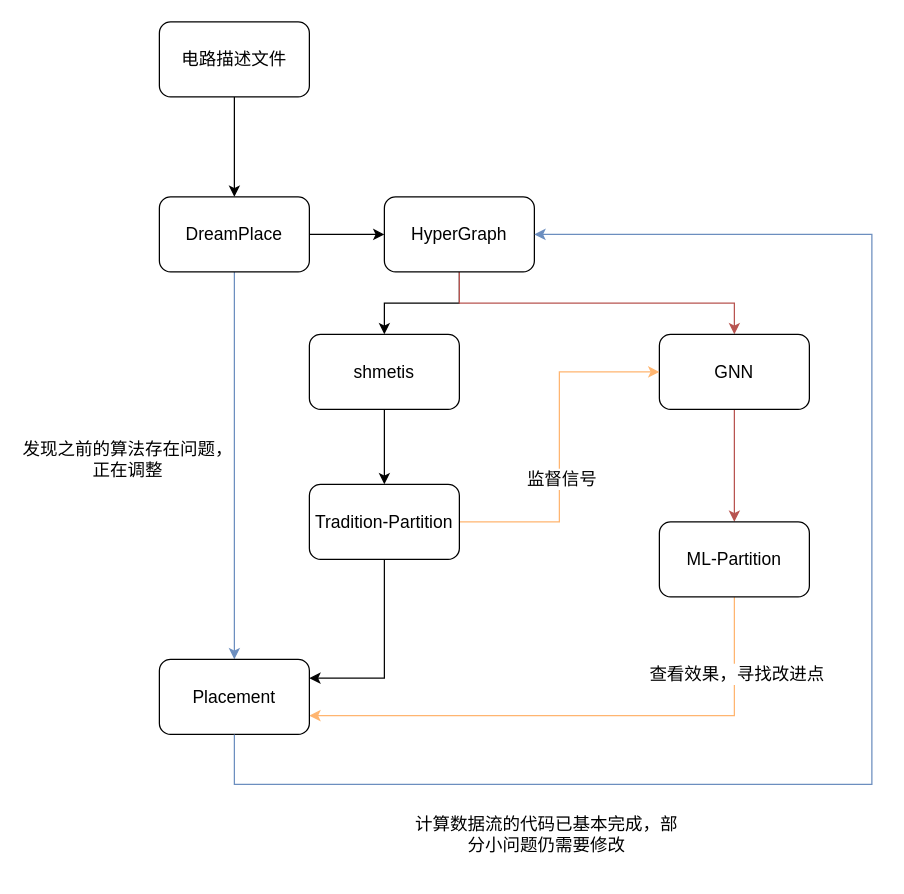
This is doc/PartitionFlow.drawio from wangzhen0518/partition, a draw.io file, before an edit. Source tidied: cells renumbered, new cells numbered last; positions are measured from the earlier drawing's top-left corner, leaving out a move shared by most shapes. Both pictures are drawn from the tidied source at 125%, with x=0, y=0 at pixel (21, 21).
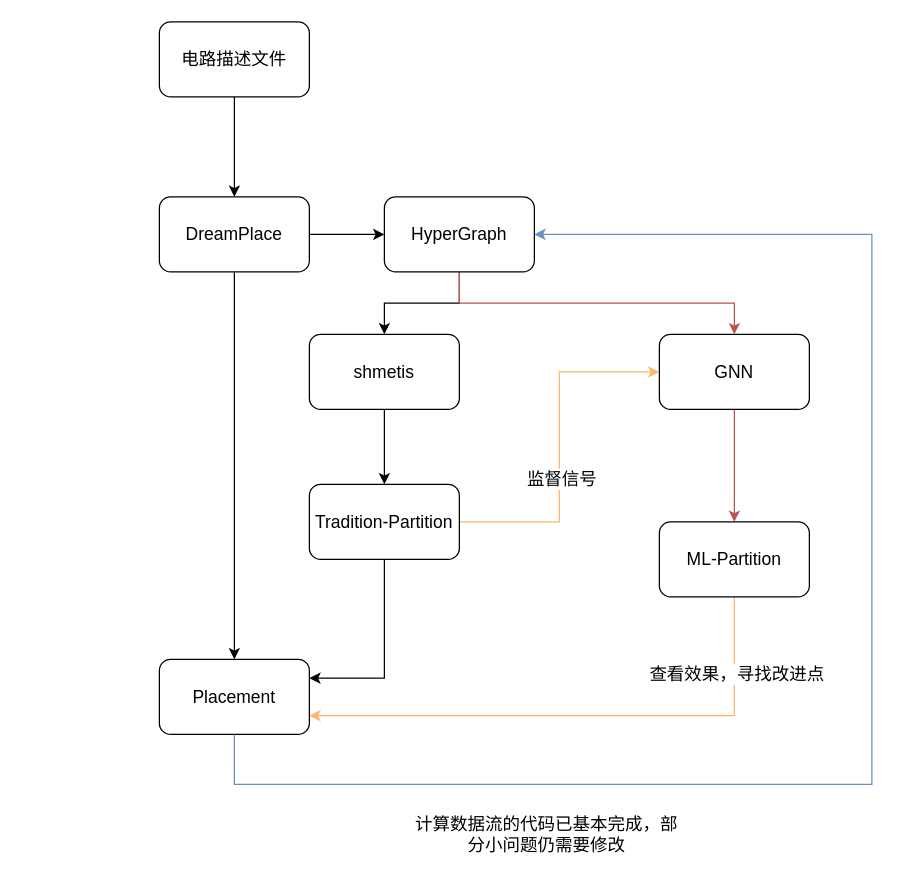
The same page after the edit.

Unchanged cells that the change refers to:
```xml
<mxCell id="4" value="DreamPlace" style="rounded=1;whiteSpace=wrap;html=1;fontSize=14;" parent="1" vertex="1">
  <mxGeometry x="110" y="140" width="120" height="60" as="geometry" />
</mxCell>
<mxCell id="21" value="Placement" style="rounded=1;whiteSpace=wrap;html=1;fontSize=14;" parent="1" vertex="1">
  <mxGeometry x="110" y="510" width="120" height="60" as="geometry" />
</mxCell>
```

The edit, as a diff of the source:
```diff
@@
-    <mxCell id="3" style="edgeStyle=orthogonalEdgeStyle;rounded=0;jettySize=auto;html=1;exitX=0.5;exitY=1;exitDx=0;exitDy=0;entryX=0.5;entryY=0;entryDx=0;entryDy=0;fontSize=14;fillColor=#dae8fc;strokeColor=#6c8ebf;" parent="1" edge="1" source="4" target="21">
+    <mxCell id="3" style="edgeStyle=orthogonalEdgeStyle;rounded=0;jettySize=auto;html=1;exitX=0.5;exitY=1;exitDx=0;exitDy=0;entryX=0.5;entryY=0;entryDx=0;entryDy=0;fontSize=14;fillColor=#dae8fc;strokeColor=#000000;" parent="1" edge="1" source="4" target="21">
       <mxGeometry relative="1" as="geometry" />
     </mxCell>
@@
-    <mxCell id="22" value="发现之前的算法存在问题，正在调整" style="text;html=1;strokeColor=none;fillColor=none;align=center;verticalAlign=middle;whiteSpace=wrap;rounded=0;fontSize=14;" parent="1" vertex="1">
-      <mxGeometry y="320" width="170" height="60" as="geometry" />
-    </mxCell>
```
